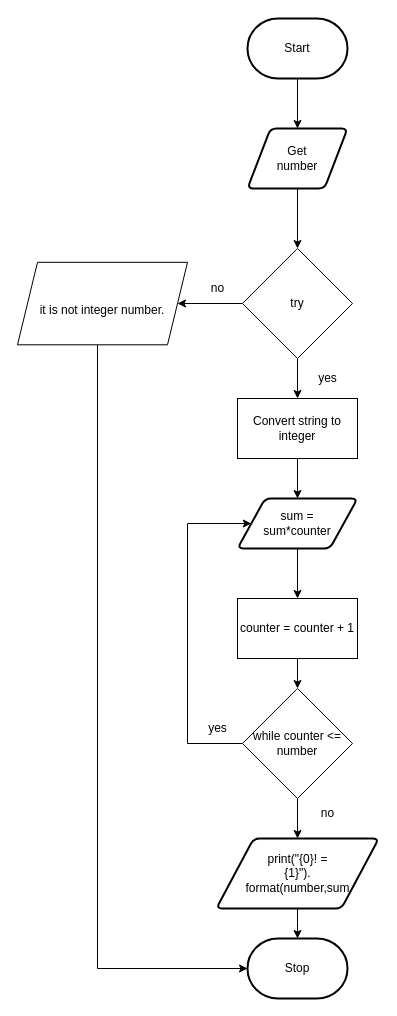
The draw.io diagram flowchart.drawio in mohammedal-ess/ICS3U-Unit4-02-Python, before the edit. Source tidied: cells renumbered, new cells numbered last; positions are measured from the earlier drawing's top-left corner, leaving out a move shared by most shapes. Both pictures are drawn from the tidied source at 100%, with x=0, y=0 at pixel (17, 18).
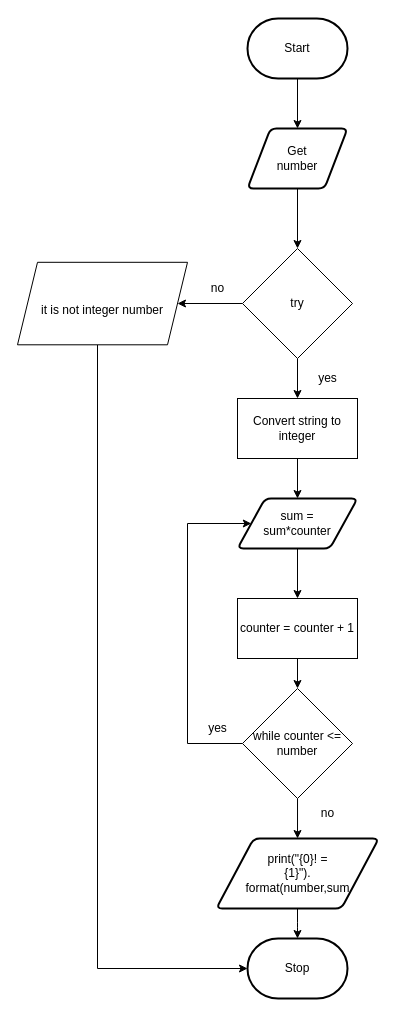
The same diagram, later.

The edit, as a diff of the source:
```diff
@@
-    <mxCell id="18" value="&lt;h2 style=&quot;box-sizing: border-box ; line-height: 14px ; margin-top: 20px ; margin-bottom: 10px&quot;&gt;&lt;font face=&quot;arial, helvetica, open sans&quot;&gt;&lt;span style=&quot;font-size: 12px ; font-weight: 500&quot;&gt;it is not integer number.&lt;/span&gt;&lt;/font&gt;&lt;br&gt;&lt;/h2&gt;" style="shape=parallelogram;perimeter=parallelogramPerimeter;whiteSpace=wrap;html=1;fixedSize=1;" parent="1" vertex="1">
+    <mxCell id="18" value="&lt;h2 style=&quot;box-sizing: border-box ; line-height: 14px ; margin-top: 20px ; margin-bottom: 10px&quot;&gt;&lt;font face=&quot;arial, helvetica, open sans&quot;&gt;&lt;span style=&quot;font-size: 12px ; font-weight: 500&quot;&gt;it is not integer number&lt;/span&gt;&lt;/font&gt;&lt;br&gt;&lt;/h2&gt;" style="shape=parallelogram;perimeter=parallelogramPerimeter;whiteSpace=wrap;html=1;fixedSize=1;" parent="1" vertex="1">
       <mxGeometry y="243.8" width="170" height="82.5" as="geometry" />
     </mxCell>
```
